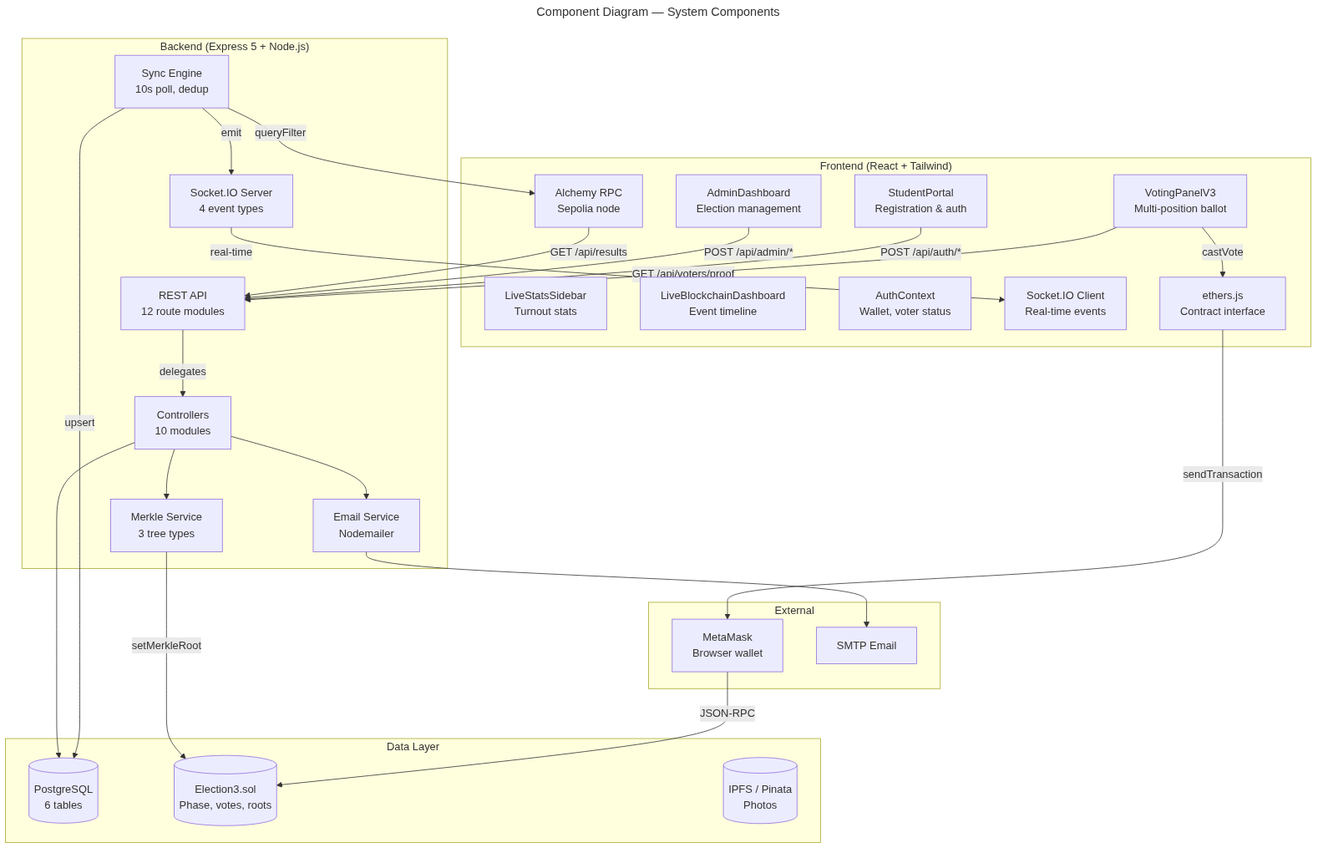
This is docs/diagrams/uml/component-diagram.png from dhakalsameer/voting-app-deployment, a Mermaid export, as it was before one commit. Its source is kept beside it as docs/diagrams/uml/component-diagram.mmd. The source it was exported from:
```mermaid
---
title: Component Diagram — System Components
---
flowchart TB
    subgraph FRONTEND["Frontend (React + Tailwind)"]
        VP[VotingPanelV3<br/>Multi-position ballot]
        SP[StudentPortal<br/>Registration & auth]
        AD[AdminDashboard<br/>Election management]
        RP[Results<br/>Live vote counts]
        LS[LiveStatsSidebar<br/>Turnout stats]
        LB[LiveBlockchainDashboard<br/>Event timeline]
        AC[AuthContext<br/>Wallet, voter status]
        SC[Socket.IO Client<br/>Real-time events]
        CI[ethers.js<br/>Contract interface]
    end

    subgraph BACKEND["Backend (Express 5 + Node.js)"]
        API[REST API<br/>12 route modules]
        CT[Controllers<br/>10 modules]
        MS[Merkle Service<br/>3 tree types]
        SY[Sync Engine<br/>10s poll, dedup]
        SI[Socket.IO Server<br/>4 event types]
        ES[Email Service<br/>Nodemailer]
    end

    subgraph DATA["Data Layer"]
        PDB[(PostgreSQL<br/>6 tables)]
        E3[(Election3.sol<br/>Phase, votes, roots)]
        IP[(IPFS / Pinata<br/>Photos)]
    end

    subgraph EXTERNAL["External"]
        MM[MetaMask<br/>Browser wallet]
        RP[Alchemy RPC<br/>Sepolia node]
        SM[SMTP Email]
    end

    VP -->|GET /api/voters/proof| API
    VP -->|castVote| CI
    SP -->|POST /api/auth/*| API
    AD -->|POST /api/admin/*| API
    RP -->|GET /api/results| API

    API -->|delegates| CT
    CT --> MS
    CT --> ES
    SY -->|queryFilter| RP
    SY -->|upsert| PDB
    SY -->|emit| SI
    SI -->|real-time| SC
    CI -->|sendTransaction| MM
    MM -->|JSON-RPC| E3
    CT --> PDB
    MS -->|setMerkleRoot| E3
    ES --> SM
```
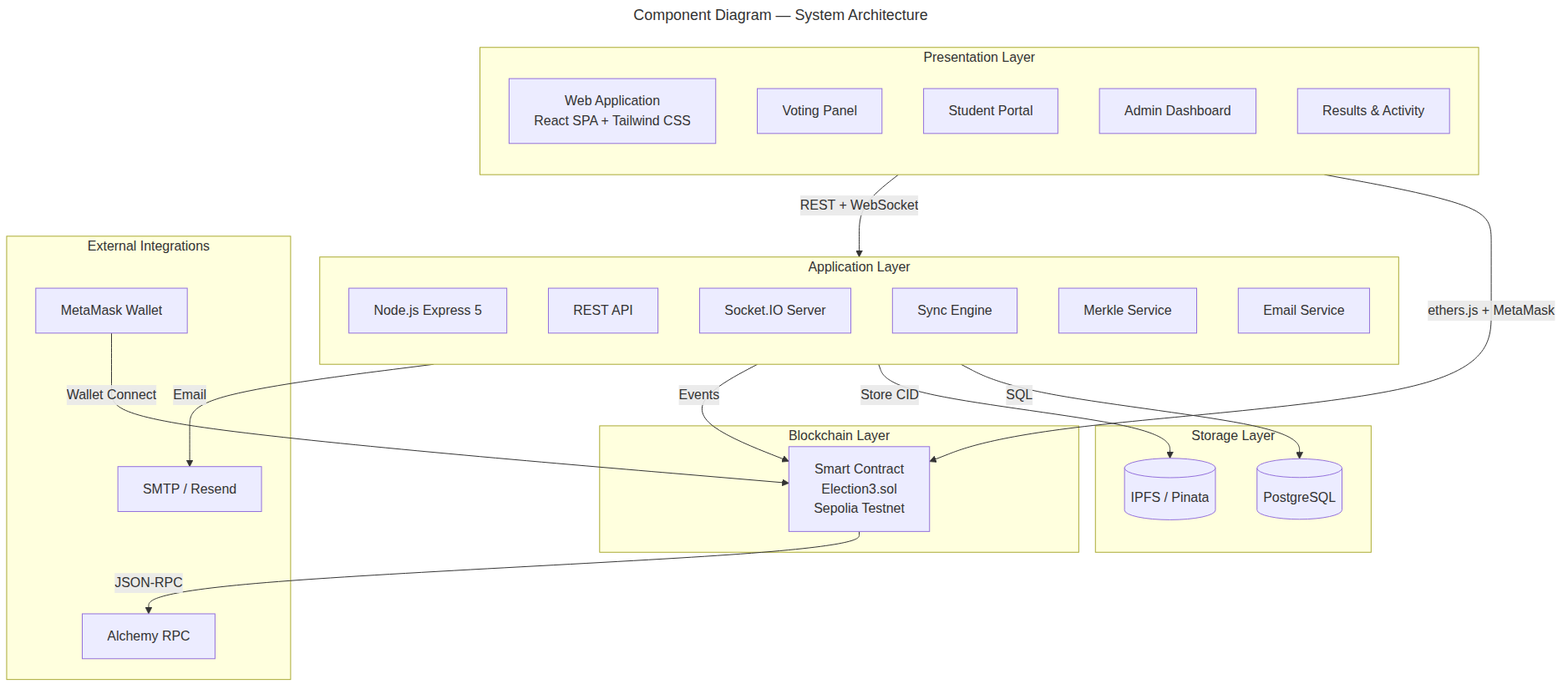
The same diagram one commit later.

Commit message:
redesign election lifecycle flowchart (3-col SVG layout), update component diagram, add Sepolia diagrams

What changed in the source:
```diff
@@ -1,55 +1,46 @@
 ---
-title: Component Diagram — System Components
+title: Component Diagram — System Architecture
 ---
 flowchart TB
-    subgraph FRONTEND["Frontend (React + Tailwind)"]
-        VP[VotingPanelV3<br/>Multi-position ballot]
-        SP[StudentPortal<br/>Registration & auth]
-        AD[AdminDashboard<br/>Election management]
-        RP[Results<br/>Live vote counts]
-        LS[LiveStatsSidebar<br/>Turnout stats]
-        LB[LiveBlockchainDashboard<br/>Event timeline]
-        AC[AuthContext<br/>Wallet, voter status]
-        SC[Socket.IO Client<br/>Real-time events]
-        CI[ethers.js<br/>Contract interface]
+    subgraph PRESENTATION["Presentation Layer"]
+        direction TB
+        WA[Web Application<br/>React SPA + Tailwind CSS]
+        C1[Voting Panel]
+        C2[Student Portal]
+        C3[Admin Dashboard]
+        C4[Results & Activity]
     end
 
-    subgraph BACKEND["Backend (Express 5 + Node.js)"]
-        API[REST API<br/>12 route modules]
-        CT[Controllers<br/>10 modules]
-        MS[Merkle Service<br/>3 tree types]
-        SY[Sync Engine<br/>10s poll, dedup]
-        SI[Socket.IO Server<br/>4 event types]
-        ES[Email Service<br/>Nodemailer]
+    subgraph APPLICATION["Application Layer"]
+        direction TB
+        BE[Node.js Express 5]
+        S1[REST API]
+        S2[Socket.IO Server]
+        S3[Sync Engine]
+        S4[Merkle Service]
+        S5[Email Service]
     end
 
-    subgraph DATA["Data Layer"]
-        PDB[(PostgreSQL<br/>6 tables)]
-        E3[(Election3.sol<br/>Phase, votes, roots)]
-        IP[(IPFS / Pinata<br/>Photos)]
+    subgraph BLOCKCHAIN["Blockchain Layer"]
+        SC[Smart Contract<br/>Election3.sol<br/>Sepolia Testnet]
     end
 
-    subgraph EXTERNAL["External"]
-        MM[MetaMask<br/>Browser wallet]
-        RP[Alchemy RPC<br/>Sepolia node]
-        SM[SMTP Email]
+    subgraph STORAGE["Storage Layer"]
+        PG[(PostgreSQL)]
+        IPFS[(IPFS / Pinata)]
     end
 
-    VP -->|GET /api/voters/proof| API
-    VP -->|castVote| CI
-    SP -->|POST /api/auth/*| API
-    AD -->|POST /api/admin/*| API
-    RP -->|GET /api/results| API
+    subgraph EXTERNAL["External Integrations"]
+        MM[MetaMask Wallet]
+        AL[Alchemy RPC]
+        SMTP[SMTP / Resend]
+    end
 
-    API -->|delegates| CT
-    CT --> MS
-    CT --> ES
-    SY -->|queryFilter| RP
-    SY -->|upsert| PDB
-    SY -->|emit| SI
-    SI -->|real-time| SC
-    CI -->|sendTransaction| MM
-    MM -->|JSON-RPC| E3
-    CT --> PDB
-    MS -->|setMerkleRoot| E3
-    ES --> SM
+    WA -->|REST + WebSocket| BE
+    WA -->|ethers.js + MetaMask| SC
+    BE -->|SQL| PG
+    BE -->|Store CID| IPFS
+    BE -->|Events| SC
+    BE -->|Email| SMTP
+    SC -->|JSON-RPC| AL
+    MM -->|Wallet Connect| SC
```
